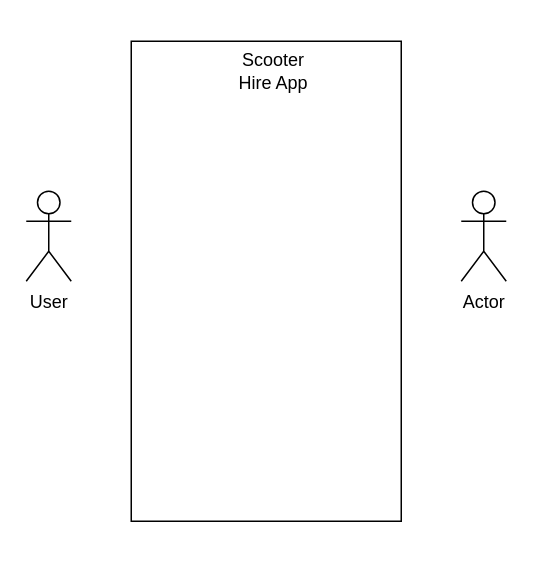
rachelbyte/scooter-project keeps this draw.io diagram as case.drawio. Above is the earlier version. Source tidied: cells renumbered, new cells numbered last; positions are measured from the earlier drawing's top-left corner, leaving out a move shared by most shapes. Both pictures are drawn from the tidied source at 150%, with x=0, y=0 at pixel (26, 40).
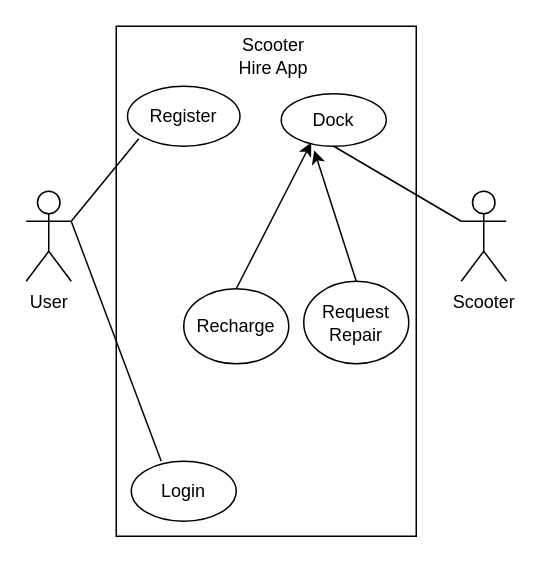
Above is the later version.

Change to the diagram source:
```diff
@@
-    <mxCell id="2" value="Actor" style="shape=umlActor;verticalLabelPosition=bottom;verticalAlign=top;html=1;" parent="1" vertex="1">
+    <mxCell id="2" value="Scooter" style="shape=umlActor;verticalLabelPosition=bottom;verticalAlign=top;html=1;" parent="1" vertex="1">
       <mxGeometry x="290" y="100" width="30" height="60" as="geometry" />
     </mxCell>
@@
     <mxCell id="4" style="rounded=0;whiteSpace=wrap;html=1;fillColor=none;" parent="1" vertex="1">
-      <mxGeometry x="70" width="180" height="320" as="geometry" />
+      <mxGeometry x="60" y="-10" width="200" height="340" as="geometry" />
     </mxCell>
     <mxCell id="5" value="Scooter Hire App" style="text;html=1;strokeColor=none;fillColor=none;align=center;verticalAlign=middle;whiteSpace=wrap;rounded=0;" parent="1" vertex="1">
-      <mxGeometry x="135" y="10" width="60" height="20" as="geometry" />
+      <mxGeometry x="135" width="60" height="20" as="geometry" />
     </mxCell>
+    <mxCell id="6" style="ellipse;whiteSpace=wrap;html=1;fillColor=none;" parent="1" vertex="1">
+      <mxGeometry x="67.5" y="30" width="75" height="40" as="geometry" />
+    </mxCell>
+    <mxCell id="7" value="Register" style="text;html=1;strokeColor=none;fillColor=none;align=center;verticalAlign=middle;whiteSpace=wrap;rounded=0;" parent="1" vertex="1">
+      <mxGeometry x="75" y="35" width="60" height="30" as="geometry" />
+    </mxCell>
+    <mxCell id="8" style="ellipse;whiteSpace=wrap;html=1;fillColor=none;" parent="1" vertex="1">
+      <mxGeometry x="70" y="280" width="70" height="40" as="geometry" />
+    </mxCell>
+    <mxCell id="9" value="Login" style="text;html=1;strokeColor=none;fillColor=none;align=center;verticalAlign=middle;whiteSpace=wrap;rounded=0;" parent="1" vertex="1">
+      <mxGeometry x="75" y="285" width="60" height="30" as="geometry" />
+    </mxCell>
+    <mxCell id="10" style="ellipse;whiteSpace=wrap;html=1;fillColor=none;" parent="1" vertex="1">
+      <mxGeometry x="170" y="35" width="70" height="35" as="geometry" />
+    </mxCell>
+    <mxCell id="11" value="Dock" style="text;html=1;strokeColor=none;fillColor=none;align=center;verticalAlign=middle;whiteSpace=wrap;rounded=0;" parent="1" vertex="1">
+      <mxGeometry x="175" y="37.5" width="60" height="30" as="geometry" />
+    </mxCell>
+    <mxCell id="12" style="ellipse;whiteSpace=wrap;html=1;fillColor=none;" parent="1" vertex="1">
+      <mxGeometry x="105" y="165" width="70" height="50" as="geometry" />
+    </mxCell>
+    <mxCell id="13" value="Recharge" style="text;html=1;strokeColor=none;fillColor=none;align=center;verticalAlign=middle;whiteSpace=wrap;rounded=0;" parent="1" vertex="1">
+      <mxGeometry x="110" y="175" width="60" height="30" as="geometry" />
+    </mxCell>
+    <mxCell id="14" style="ellipse;whiteSpace=wrap;html=1;fillColor=none;" parent="1" vertex="1">
+      <mxGeometry x="185" y="160" width="70" height="55" as="geometry" />
+    </mxCell>
+    <mxCell id="15" value="Request&lt;br&gt;Repair" style="text;html=1;strokeColor=none;fillColor=none;align=center;verticalAlign=middle;whiteSpace=wrap;rounded=0;" parent="1" vertex="1">
+      <mxGeometry x="190" y="172.5" width="60" height="30" as="geometry" />
+    </mxCell>
+    <mxCell id="16" style="endArrow=none;html=1;rounded=0;entryX=0;entryY=1;entryDx=0;entryDy=0;" parent="1" edge="1" target="7">
+      <mxGeometry relative="1" as="geometry">
+        <mxPoint x="30" y="120" as="sourcePoint" />
+      </mxGeometry>
+    </mxCell>
+    <mxCell id="17" style="endArrow=none;html=1;rounded=0;exitX=0;exitY=0.3333333333333333;exitDx=0;exitDy=0;exitPerimeter=0;entryX=0.5;entryY=1;entryDx=0;entryDy=0;" parent="1" edge="1" source="2" target="10">
+      <mxGeometry relative="1" as="geometry" />
+    </mxCell>
+    <mxCell id="18" style="endArrow=none;html=1;rounded=0;" parent="1" edge="1">
+      <mxGeometry relative="1" as="geometry">
+        <mxPoint x="90" y="280" as="sourcePoint" />
+        <mxPoint x="30" y="120" as="targetPoint" />
+      </mxGeometry>
+    </mxCell>
+    <mxCell id="19" style="endArrow=classic;html=1;rounded=0;exitX=0.5;exitY=0;exitDx=0;exitDy=0;entryX=0.25;entryY=1;entryDx=0;entryDy=0;" parent="1" edge="1" source="12" target="11">
+      <mxGeometry relative="1" as="geometry" />
+    </mxCell>
+    <mxCell id="20" style="endArrow=classic;html=1;rounded=0;exitX=0.5;exitY=0;exitDx=0;exitDy=0;entryX=0.314;entryY=1.08;entryDx=0;entryDy=0;entryPerimeter=0;" parent="1" edge="1" source="14" target="10">
+      <mxGeometry relative="1" as="geometry" />
+    </mxCell>
```
